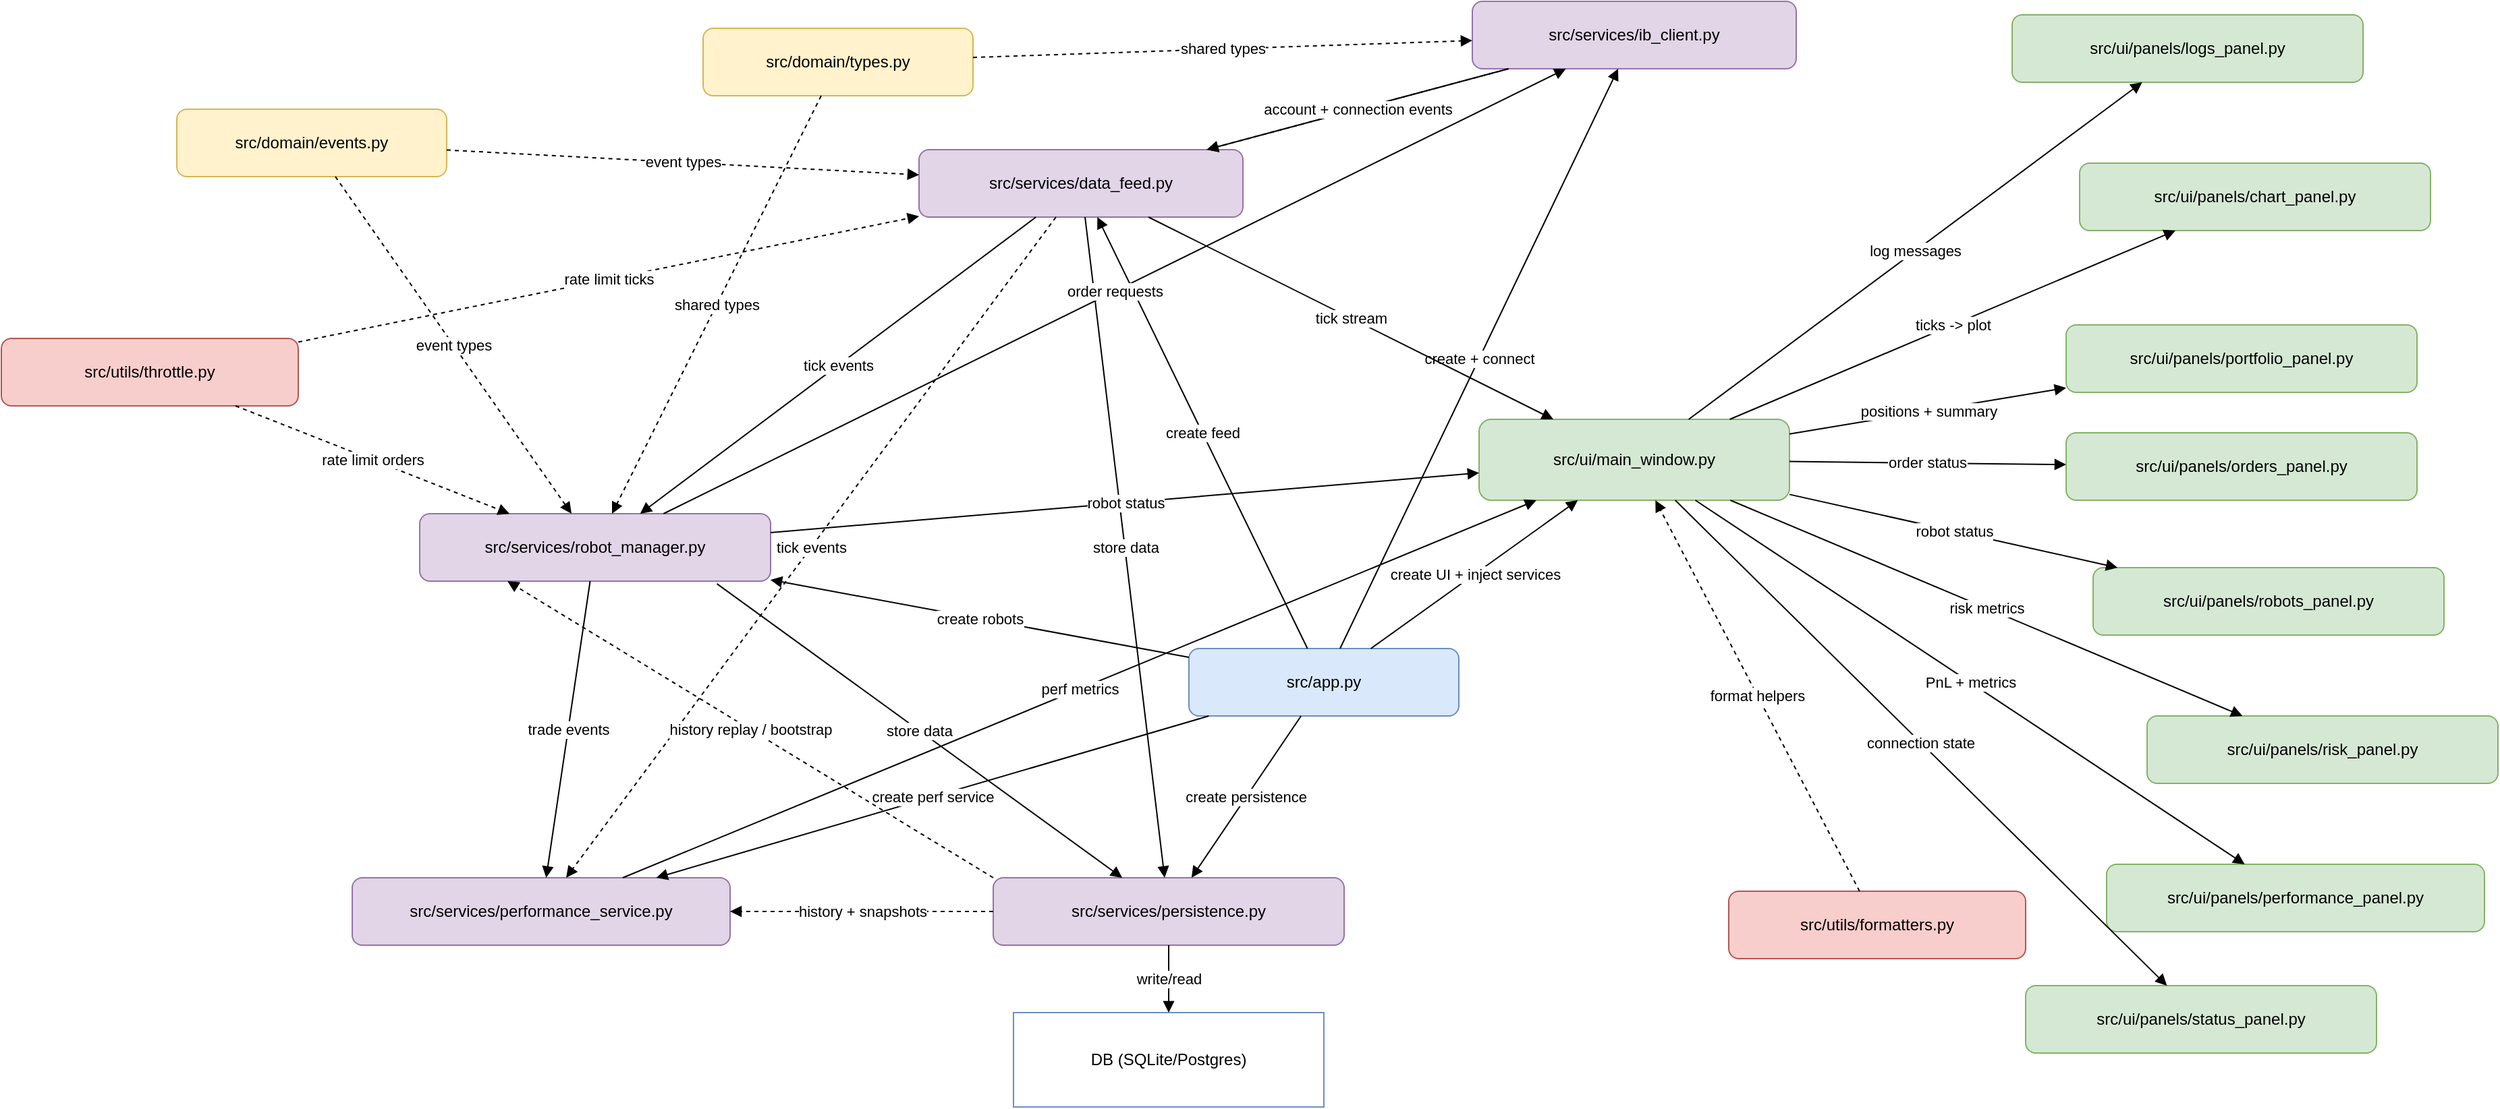
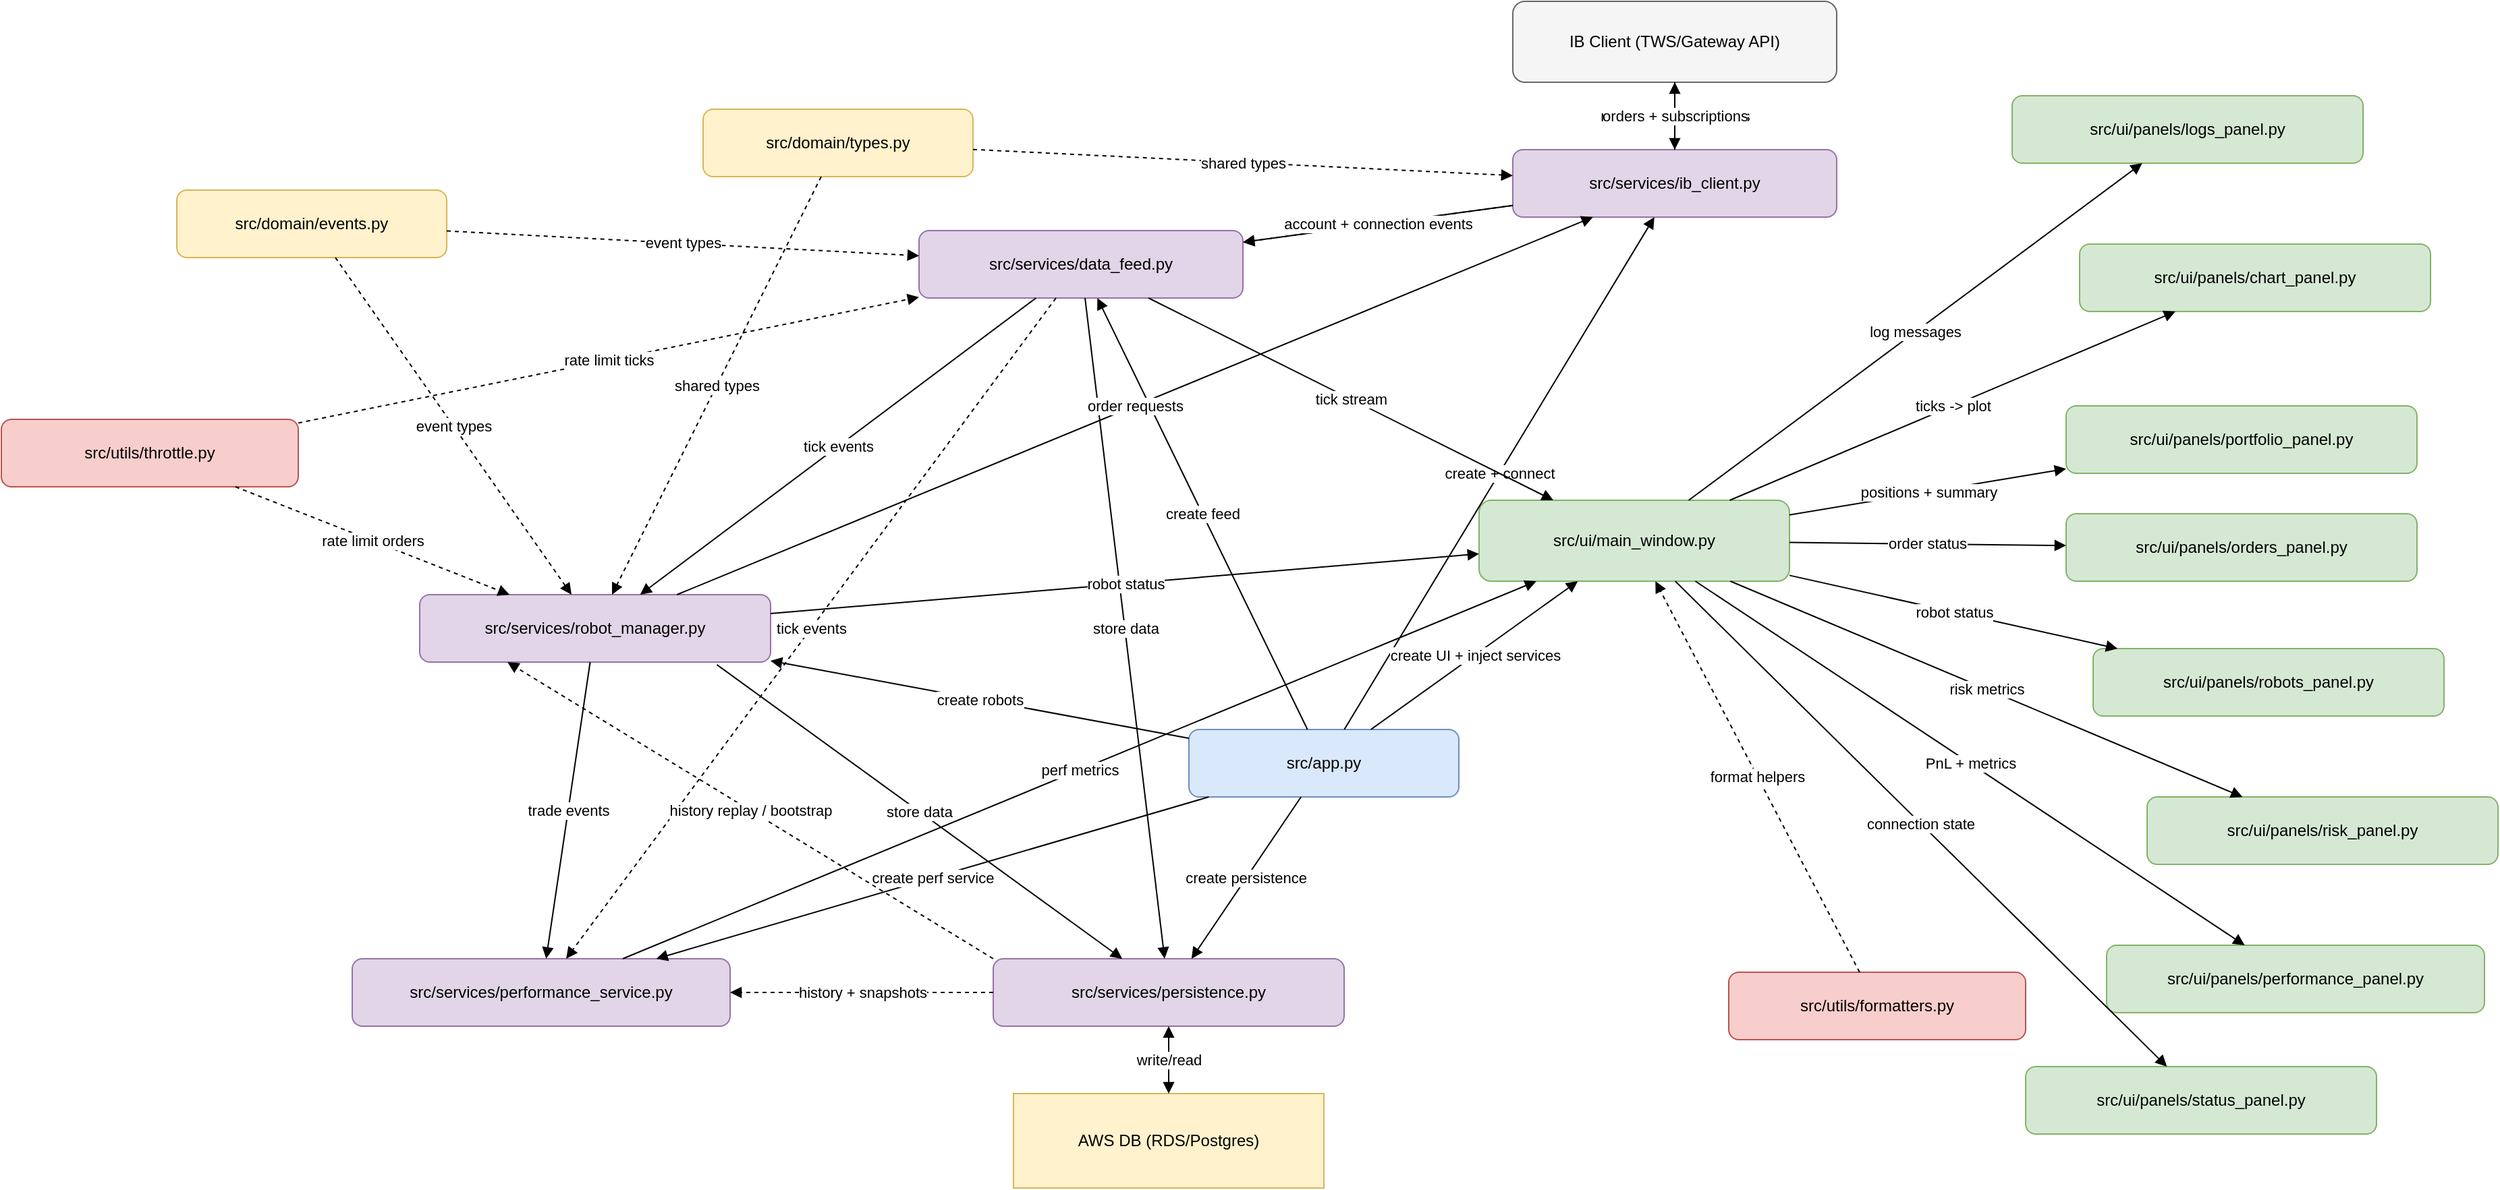
- <mxfile host="drawio-plugin" modified="2026-02-14T13:24:59.152Z" agent="Mozilla/5.0 (Windows NT 10.0; Win64; x64) AppleWebKit/537.36 (KHTML, like Gecko) Chrome/137.0.0.0 Safari/537.36" etag="kiA3Ej2Jj2mKTigbqDh8" version="22.1.22" type="embed">
+ <mxfile host="drawio-plugin" modified="2026-02-14T13:41:38.648Z" agent="Mozilla/5.0 (Windows NT 10.0; Win64; x64) AppleWebKit/537.36 (KHTML, like Gecko) Chrome/137.0.0.0 Safari/537.36" etag="X9DjciRvo8YgtgVLW5Ex" version="22.1.22" type="embed">
  <diagram id="dataflow-live" name="Live Trading Dataflow">
-     <mxGraphModel dx="2674" dy="914" grid="1" gridSize="10" guides="1" tooltips="1" connect="1" arrows="1" fold="1" page="1" pageScale="1" pageWidth="1600" pageHeight="900" math="0" shadow="0">
+     <mxGraphModel dx="2604" dy="914" grid="1" gridSize="10" guides="1" tooltips="1" connect="1" arrows="1" fold="1" page="1" pageScale="1" pageWidth="1600" pageHeight="900" math="0" shadow="0">
      <root>
        <mxCell id="0" />
        <mxCell id="1" parent="0" />
        <mxCell id="app" value="src/app.py" style="rounded=1;whiteSpace=wrap;html=1;fillColor=#dae8fc;strokeColor=#6c8ebf;" parent="1" vertex="1">
          <mxGeometry x="440" y="540" width="200" height="50" as="geometry" />
        </mxCell>
        <mxCell id="ui_main" value="src/ui/main_window.py" style="rounded=1;whiteSpace=wrap;html=1;fillColor=#d5e8d4;strokeColor=#82b366;" parent="1" vertex="1">
          <mxGeometry x="655" y="370" width="230" height="60" as="geometry" />
        </mxCell>
        <mxCell id="domain_events" value="src/domain/events.py" style="rounded=1;whiteSpace=wrap;html=1;fillColor=#fff2cc;strokeColor=#d6b656;" parent="1" vertex="1">
          <mxGeometry x="-310" y="140" width="200" height="50" as="geometry" />
        </mxCell>
        <mxCell id="domain_types" value="src/domain/types.py" style="rounded=1;whiteSpace=wrap;html=1;fillColor=#fff2cc;strokeColor=#d6b656;" parent="1" vertex="1">
          <mxGeometry x="80" y="80" width="200" height="50" as="geometry" />
        </mxCell>
        <mxCell id="utils_formatters" value="src/utils/formatters.py" style="rounded=1;whiteSpace=wrap;html=1;fillColor=#f8cecc;strokeColor=#b85450;" parent="1" vertex="1">
          <mxGeometry x="840" y="720" width="220" height="50" as="geometry" />
        </mxCell>
        <mxCell id="utils_throttle" value="src/utils/throttle.py" style="rounded=1;whiteSpace=wrap;html=1;fillColor=#f8cecc;strokeColor=#b85450;" parent="1" vertex="1">
          <mxGeometry x="-440" y="310" width="220" height="50" as="geometry" />
        </mxCell>
        <mxCell id="svc_ib_client" value="src/services/ib_client.py" style="rounded=1;whiteSpace=wrap;html=1;fillColor=#e1d5e7;strokeColor=#9673a6;" parent="1" vertex="1">
-           <mxGeometry x="650" y="60" width="240" height="50" as="geometry" />
+           <mxGeometry x="680" y="110" width="240" height="50" as="geometry" />
        </mxCell>
        <mxCell id="svc_data_feed" value="src/services/data_feed.py" style="rounded=1;whiteSpace=wrap;html=1;fillColor=#e1d5e7;strokeColor=#9673a6;" parent="1" vertex="1">
          <mxGeometry x="240" y="170" width="240" height="50" as="geometry" />
        </mxCell>
        <mxCell id="svc_robot_mgr" value="src/services/robot_manager.py" style="rounded=1;whiteSpace=wrap;html=1;fillColor=#e1d5e7;strokeColor=#9673a6;" parent="1" vertex="1">
          <mxGeometry x="-130" y="440" width="260" height="50" as="geometry" />
        </mxCell>
        <mxCell id="svc_persistence" value="src/services/persistence.py" style="rounded=1;whiteSpace=wrap;html=1;fillColor=#e1d5e7;strokeColor=#9673a6;" parent="1" vertex="1">
          <mxGeometry x="295" y="710" width="260" height="50" as="geometry" />
        </mxCell>
        <mxCell id="svc_perf" value="src/services/performance_service.py" style="rounded=1;whiteSpace=wrap;html=1;fillColor=#e1d5e7;strokeColor=#9673a6;" parent="1" vertex="1">
          <mxGeometry x="-180" y="710" width="280" height="50" as="geometry" />
        </mxCell>
        <mxCell id="panel_chart" value="src/ui/panels/chart_panel.py" style="rounded=1;whiteSpace=wrap;html=1;fillColor=#d5e8d4;strokeColor=#82b366;" parent="1" vertex="1">
          <mxGeometry x="1100" y="180" width="260" height="50" as="geometry" />
        </mxCell>
        <mxCell id="panel_portfolio" value="src/ui/panels/portfolio_panel.py" style="rounded=1;whiteSpace=wrap;html=1;fillColor=#d5e8d4;strokeColor=#82b366;" parent="1" vertex="1">
          <mxGeometry x="1090" y="300" width="260" height="50" as="geometry" />
        </mxCell>
        <mxCell id="panel_orders" value="src/ui/panels/orders_panel.py" style="rounded=1;whiteSpace=wrap;html=1;fillColor=#d5e8d4;strokeColor=#82b366;" parent="1" vertex="1">
          <mxGeometry x="1090" y="380" width="260" height="50" as="geometry" />
        </mxCell>
        <mxCell id="panel_robots" value="src/ui/panels/robots_panel.py" style="rounded=1;whiteSpace=wrap;html=1;fillColor=#d5e8d4;strokeColor=#82b366;" parent="1" vertex="1">
          <mxGeometry x="1110" y="480" width="260" height="50" as="geometry" />
        </mxCell>
        <mxCell id="panel_performance" value="src/ui/panels/performance_panel.py" style="rounded=1;whiteSpace=wrap;html=1;fillColor=#d5e8d4;strokeColor=#82b366;" parent="1" vertex="1">
          <mxGeometry x="1120" y="700" width="280" height="50" as="geometry" />
        </mxCell>
        <mxCell id="panel_risk" value="src/ui/panels/risk_panel.py" style="rounded=1;whiteSpace=wrap;html=1;fillColor=#d5e8d4;strokeColor=#82b366;" parent="1" vertex="1">
          <mxGeometry x="1150" y="590" width="260" height="50" as="geometry" />
        </mxCell>
        <mxCell id="panel_status" value="src/ui/panels/status_panel.py" style="rounded=1;whiteSpace=wrap;html=1;fillColor=#d5e8d4;strokeColor=#82b366;" parent="1" vertex="1">
          <mxGeometry x="1060" y="790" width="260" height="50" as="geometry" />
        </mxCell>
        <mxCell id="panel_logs" value="src/ui/panels/logs_panel.py" style="rounded=1;whiteSpace=wrap;html=1;fillColor=#d5e8d4;strokeColor=#82b366;" parent="1" vertex="1">
          <mxGeometry x="1050" y="70" width="260" height="50" as="geometry" />
        </mxCell>
-         <mxCell id="db" value="DB (SQLite/Postgres)" style="shape=database;whiteSpace=wrap;html=1;fillColor=#ffffff;strokeColor=#6c8ebf;" parent="1" vertex="1">
+         <mxCell id="ext_ib_client" value="IB Client (TWS/Gateway API)" style="rounded=1;whiteSpace=wrap;html=1;fillColor=#f5f5f5;strokeColor=#666666;" parent="1" vertex="1">
+           <mxGeometry x="680" width="240" height="60" as="geometry" />
+         </mxCell>
+         <mxCell id="aws_db" value="AWS DB (RDS/Postgres)" style="shape=database;whiteSpace=wrap;html=1;fillColor=#fff2cc;strokeColor=#d6b656;" parent="1" vertex="1">
          <mxGeometry x="310" y="810" width="230" height="70" as="geometry" />
        </mxCell>
        <mxCell id="edge_app_ib" value="create + connect" style="endArrow=block;html=1;" parent="1" source="app" target="svc_ib_client" edge="1">
          <mxGeometry relative="1" as="geometry" />
        </mxCell>
        <mxCell id="edge_app_feed" value="create feed" style="endArrow=block;html=1;" parent="1" source="app" target="svc_data_feed" edge="1">
          <mxGeometry relative="1" as="geometry" />
        </mxCell>
        <mxCell id="edge_app_robot" value="create robots" style="endArrow=block;html=1;" parent="1" source="app" target="svc_robot_mgr" edge="1">
          <mxGeometry relative="1" as="geometry" />
        </mxCell>
        <mxCell id="edge_app_persist" value="create persistence" style="endArrow=block;html=1;" parent="1" source="app" target="svc_persistence" edge="1">
          <mxGeometry relative="1" as="geometry" />
        </mxCell>
        <mxCell id="edge_app_perf" value="create perf service" style="endArrow=block;html=1;" parent="1" source="app" target="svc_perf" edge="1">
          <mxGeometry relative="1" as="geometry" />
        </mxCell>
        <mxCell id="edge_app_ui" value="create UI + inject services" style="endArrow=block;html=1;" parent="1" source="app" target="ui_main" edge="1">
          <mxGeometry relative="1" as="geometry" />
        </mxCell>
        <mxCell id="edge_ib_feed" value="market ticks" style="endArrow=block;html=1;" parent="1" source="svc_ib_client" target="svc_data_feed" edge="1">
          <mxGeometry relative="1" as="geometry" />
        </mxCell>
        <mxCell id="edge_feed_robot" value="tick events" style="endArrow=block;html=1;" parent="1" source="svc_data_feed" target="svc_robot_mgr" edge="1">
          <mxGeometry relative="1" as="geometry" />
        </mxCell>
        <mxCell id="edge_feed_persist" value="store data" style="endArrow=block;html=1;" parent="1" source="svc_data_feed" target="svc_persistence" edge="1">
          <mxGeometry relative="1" as="geometry" />
        </mxCell>
        <mxCell id="edge_robot_ib" value="order requests" style="endArrow=block;html=1;" parent="1" source="svc_robot_mgr" target="svc_ib_client" edge="1">
          <mxGeometry relative="1" as="geometry" />
        </mxCell>
        <mxCell id="edge_robot_persist" value="store data" style="endArrow=block;html=1;exitX=0.847;exitY=1.039;exitDx=0;exitDy=0;exitPerimeter=0;" parent="1" source="svc_robot_mgr" target="svc_persistence" edge="1">
          <mxGeometry relative="1" as="geometry" />
        </mxCell>
        <mxCell id="edge_robot_perf" value="trade events" style="endArrow=block;html=1;" parent="1" source="svc_robot_mgr" target="svc_perf" edge="1">
          <mxGeometry relative="1" as="geometry" />
        </mxCell>
        <mxCell id="edge_feed_perf" value="tick events" style="endArrow=block;html=1;dashed=1;" parent="1" source="svc_data_feed" target="svc_perf" edge="1">
          <mxGeometry relative="1" as="geometry" />
        </mxCell>
        <mxCell id="edge_persist_perf" value="history + snapshots" style="endArrow=block;html=1;dashed=1;" parent="1" source="svc_persistence" target="svc_perf" edge="1">
          <mxGeometry relative="1" as="geometry" />
        </mxCell>
        <mxCell id="edge_persist_robot" value="history replay / bootstrap" style="endArrow=block;html=1;dashed=1;entryX=0.25;entryY=1;entryDx=0;entryDy=0;exitX=0;exitY=0;exitDx=0;exitDy=0;" parent="1" source="svc_persistence" target="svc_robot_mgr" edge="1">
          <mxGeometry relative="1" as="geometry">
            <mxPoint x="50" y="550" as="targetPoint" />
          </mxGeometry>
        </mxCell>
-         <mxCell id="edge_persist_db" value="write/read" style="endArrow=block;html=1;" parent="1" source="svc_persistence" target="db" edge="1">
-           <mxGeometry relative="1" as="geometry">
-             <mxPoint as="offset" />
-           </mxGeometry>
+         <mxCell id="edge_ib_ext_to_service" value="market/account/events" style="endArrow=block;html=1;" parent="1" source="ext_ib_client" target="svc_ib_client" edge="1">
+           <mxGeometry relative="1" as="geometry" />
+         </mxCell>
+         <mxCell id="edge_service_to_ib_ext" value="orders + subscriptions" style="endArrow=block;html=1;dashed=1;" parent="1" source="svc_ib_client" target="ext_ib_client" edge="1">
+           <mxGeometry relative="1" as="geometry" />
+         </mxCell>
+         <mxCell id="edge_persist_aws_db" value="write/read" style="endArrow=block;html=1;startArrow=block;startFill=1;" parent="1" source="svc_persistence" target="aws_db" edge="1">
+           <mxGeometry relative="1" as="geometry" />
        </mxCell>
        <mxCell id="edge_ib_ui" value="account + connection events" style="endArrow=block;html=1;dashed=1;" parent="1" source="svc_ib_client" target="svc_data_feed" edge="1">
          <mxGeometry relative="1" as="geometry" />
        </mxCell>
        <mxCell id="edge_feed_ui" value="tick stream" style="endArrow=block;html=1;" parent="1" source="svc_data_feed" target="ui_main" edge="1">
          <mxGeometry relative="1" as="geometry" />
        </mxCell>
        <mxCell id="edge_robot_ui" value="robot status" style="endArrow=block;html=1;" parent="1" source="svc_robot_mgr" target="ui_main" edge="1">
          <mxGeometry relative="1" as="geometry" />
        </mxCell>
        <mxCell id="edge_perf_ui" value="perf metrics" style="endArrow=block;html=1;" parent="1" source="svc_perf" target="ui_main" edge="1">
          <mxGeometry relative="1" as="geometry" />
        </mxCell>
        <mxCell id="edge_ui_chart" value="ticks -&gt; plot" style="endArrow=block;html=1;" parent="1" source="ui_main" target="panel_chart" edge="1">
          <mxGeometry relative="1" as="geometry" />
        </mxCell>
        <mxCell id="edge_ui_portfolio" value="positions + summary" style="endArrow=block;html=1;" parent="1" source="ui_main" target="panel_portfolio" edge="1">
          <mxGeometry relative="1" as="geometry" />
        </mxCell>
        <mxCell id="edge_ui_orders" value="order status" style="endArrow=block;html=1;" parent="1" source="ui_main" target="panel_orders" edge="1">
          <mxGeometry relative="1" as="geometry" />
        </mxCell>
        <mxCell id="edge_ui_robots" value="robot status" style="endArrow=block;html=1;" parent="1" source="ui_main" target="panel_robots" edge="1">
          <mxGeometry relative="1" as="geometry" />
        </mxCell>
        <mxCell id="edge_ui_perf" value="PnL + metrics" style="endArrow=block;html=1;" parent="1" source="ui_main" target="panel_performance" edge="1">
          <mxGeometry relative="1" as="geometry" />
        </mxCell>
        <mxCell id="edge_ui_risk" value="risk metrics" style="endArrow=block;html=1;" parent="1" source="ui_main" target="panel_risk" edge="1">
          <mxGeometry relative="1" as="geometry" />
        </mxCell>
        <mxCell id="edge_ui_status" value="connection state" style="endArrow=block;html=1;" parent="1" source="ui_main" target="panel_status" edge="1">
          <mxGeometry relative="1" as="geometry" />
        </mxCell>
        <mxCell id="edge_ui_logs" value="log messages" style="endArrow=block;html=1;" parent="1" source="ui_main" target="panel_logs" edge="1">
          <mxGeometry relative="1" as="geometry" />
        </mxCell>
        <mxCell id="edge_formatters_ui" value="format helpers" style="endArrow=block;html=1;dashed=1;" parent="1" source="utils_formatters" target="ui_main" edge="1">
          <mxGeometry relative="1" as="geometry" />
        </mxCell>
        <mxCell id="edge_throttle_feed" value="rate limit ticks" style="endArrow=block;html=1;dashed=1;" parent="1" source="utils_throttle" target="svc_data_feed" edge="1">
          <mxGeometry relative="1" as="geometry" />
        </mxCell>
        <mxCell id="edge_throttle_robot" value="rate limit orders" style="endArrow=block;html=1;dashed=1;" parent="1" source="utils_throttle" target="svc_robot_mgr" edge="1">
          <mxGeometry relative="1" as="geometry" />
        </mxCell>
        <mxCell id="edge_domain_types_ib" value="shared types" style="endArrow=block;html=1;dashed=1;" parent="1" source="domain_types" target="svc_ib_client" edge="1">
          <mxGeometry relative="1" as="geometry" />
        </mxCell>
        <mxCell id="edge_domain_types_robot" value="shared types" style="endArrow=block;html=1;dashed=1;" parent="1" source="domain_types" target="svc_robot_mgr" edge="1">
          <mxGeometry relative="1" as="geometry" />
        </mxCell>
        <mxCell id="edge_domain_events_feed" value="event types" style="endArrow=block;html=1;dashed=1;" parent="1" source="domain_events" target="svc_data_feed" edge="1">
          <mxGeometry relative="1" as="geometry" />
        </mxCell>
        <mxCell id="edge_domain_events_robot" value="event types" style="endArrow=block;html=1;dashed=1;" parent="1" source="domain_events" target="svc_robot_mgr" edge="1">
          <mxGeometry relative="1" as="geometry" />
        </mxCell>
      </root>
    </mxGraphModel>
  </diagram>
</mxfile>
